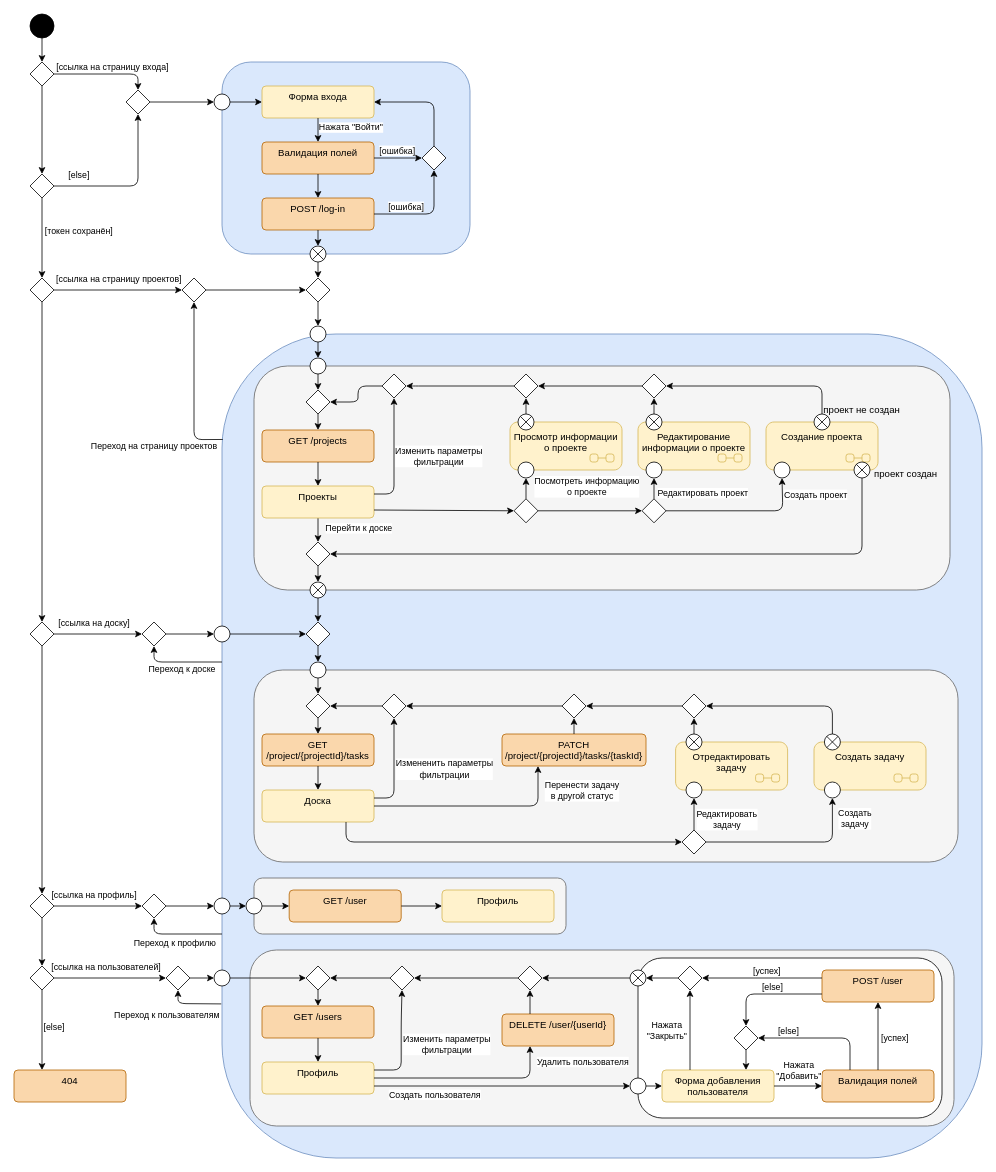
The draw.io diagram docs/ui/automata/raw/main.drawio in aVorotnikov/thunder_board, before the edit. Source tidied: cells renumbered, new cells numbered last; positions are measured from the earlier drawing's top-left corner, leaving out a move shared by most shapes. Both pictures are drawn from the tidied source at 80%, with x=0, y=0 at pixel (14, 14).
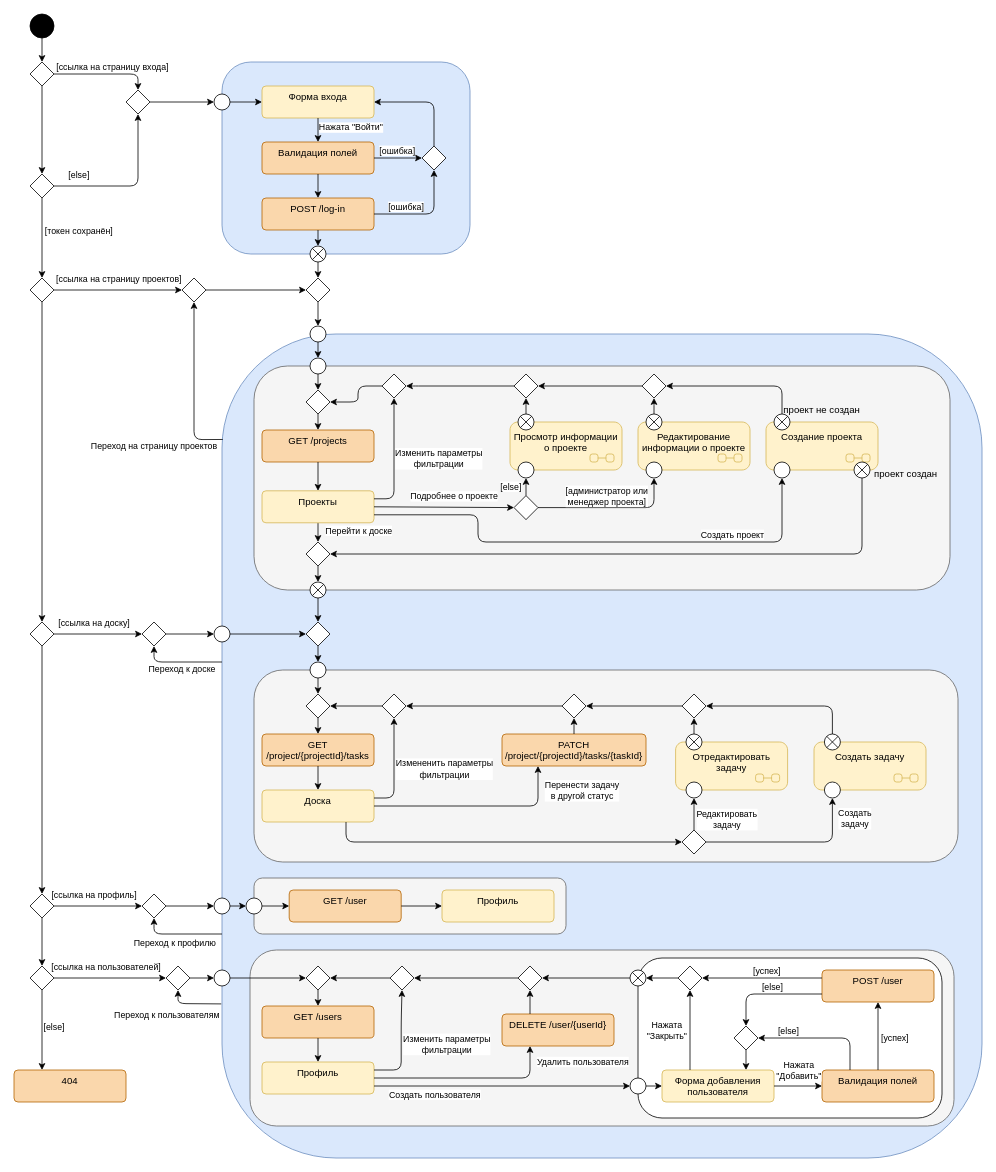
After the change.

Commit message (it also covers changes not shown here):
Уточнено ветвление

The change refers to these unchanged cells:
```xml
<mxCell id="74" style="endArrow=classic;html=1;rounded=1;exitX=0.5;exitY=0;exitDx=0;exitDy=0;entryX=0.5;entryY=1;entryDx=0;entryDy=0;curved=0;" parent="1" edge="1" source="68" target="76">
  <mxGeometry relative="1" as="geometry" />
</mxCell>
<mxCell id="79" style="ellipse;" parent="1" vertex="1">
  <mxGeometry x="790" y="560" width="20" height="20" as="geometry" />
</mxCell>
<mxCell id="80" style="ellipse;" parent="1" vertex="1">
  <mxGeometry x="950" y="560" width="20" height="20" as="geometry" />
</mxCell>
<mxCell id="90" style="rhombus;" parent="1" vertex="1">
  <mxGeometry x="785" y="450" width="30" height="30" as="geometry" />
</mxCell>
<mxCell id="206" style="rhombus;" parent="1" vertex="1">
  <mxGeometry x="460" y="450" width="30" height="30" as="geometry" />
</mxCell>
```

The edit, as a diff of the source:
```diff
@@
     <mxCell id="52" value="Проекты" style="html=1;align=center;verticalAlign=top;rounded=1;absoluteArcSize=1;arcSize=10;dashed=0;whiteSpace=wrap;fillColor=#fff2cc;strokeColor=#d6b656;" parent="1" vertex="1">
-      <mxGeometry x="310" y="590" width="140" height="40" as="geometry" />
+      <mxGeometry x="310" y="596" width="140" height="40" as="geometry" />
     </mxCell>
@@
     <mxCell id="54" style="endArrow=classic;html=1;rounded=1;exitX=1;exitY=0.25;exitDx=0;exitDy=0;entryX=0.5;entryY=1;entryDx=0;entryDy=0;curved=0;" parent="1" edge="1" source="52" target="206">
       <mxGeometry relative="1" as="geometry">
         <Array as="points">
-          <mxPoint x="475" y="600" />
+          <mxPoint x="475" y="606" />
         </Array>
       </mxGeometry>
     </mxCell>
@@
     <mxCell id="68" style="rhombus;" parent="1" vertex="1">
-      <mxGeometry x="625" y="606" width="30" height="30" as="geometry" />
+      <mxGeometry x="625" y="602" width="30" height="30" as="geometry" />
     </mxCell>
-    <mxCell id="69" style="endArrow=classic;html=1;rounded=1;entryX=0;entryY=0.5;entryDx=0;entryDy=0;curved=0;exitX=1;exitY=0.75;exitDx=0;exitDy=0;" parent="1" edge="1" source="52" target="68">
+    <mxCell id="69" style="endArrow=classic;html=1;rounded=1;entryX=0;entryY=0.5;entryDx=0;entryDy=0;curved=0;exitX=1;exitY=0.5;exitDx=0;exitDy=0;" parent="1" edge="1" source="52" target="68">
       <mxGeometry relative="1" as="geometry" />
     </mxCell>
-    <mxCell id="70" style="rhombus;" parent="1" vertex="1">
-      <mxGeometry x="785" y="606" width="30" height="30" as="geometry" />
-    </mxCell>
+    <mxCell id="210" value="Подробнее о проекте" style="edgeLabel;html=1;align=center;verticalAlign=middle;" parent="69" vertex="1">
+      <mxGeometry x="-0.52" y="-1" relative="1" as="geometry">
+        <mxPoint x="58" y="-15" as="offset" />
+      </mxGeometry>
+    </mxCell>
-    <mxCell id="71" style="endArrow=classic;html=1;rounded=1;exitX=1;exitY=0.5;exitDx=0;exitDy=0;entryX=0;entryY=0.5;entryDx=0;entryDy=0;curved=0;" parent="1" edge="1" source="68" target="70">
-      <mxGeometry relative="1" as="geometry" />
+    <mxCell id="71" style="endArrow=classic;html=1;rounded=1;exitX=1;exitY=0.5;exitDx=0;exitDy=0;entryX=0.5;entryY=1;entryDx=0;entryDy=0;curved=0;" parent="1" edge="1" source="68" target="79">
+      <mxGeometry relative="1" as="geometry">
+        <Array as="points">
+          <mxPoint x="800" y="617" />
+        </Array>
+      </mxGeometry>
     </mxCell>
+    <mxCell id="211" value="[администратор или&lt;div&gt;менеджер проекта]&lt;/div&gt;" style="edgeLabel;html=1;align=center;verticalAlign=middle;" parent="71" vertex="1">
+      <mxGeometry x="-0.22" y="-1" relative="1" as="geometry">
+        <mxPoint x="14" y="-16" as="offset" />
+      </mxGeometry>
+    </mxCell>
-    <mxCell id="72" style="endArrow=classic;html=1;rounded=1;exitX=1;exitY=0.5;exitDx=0;exitDy=0;curved=0;entryX=0.5;entryY=1;entryDx=0;entryDy=0;" parent="1" edge="1" source="70" target="80">
+    <mxCell id="72" style="endArrow=classic;html=1;rounded=1;exitX=1;exitY=0.75;exitDx=0;exitDy=0;curved=0;entryX=0.5;entryY=1;entryDx=0;entryDy=0;" parent="1" edge="1" source="52" target="80">
       <mxGeometry relative="1" as="geometry">
         <Array as="points">
-          <mxPoint x="961" y="621" />
+          <mxPoint x="580" y="626" />
+          <mxPoint x="580" y="660" />
+          <mxPoint x="960" y="660" />
         </Array>
       </mxGeometry>
     </mxCell>
     <mxCell id="73" value="Создать проект" style="edgeLabel;html=1;align=center;verticalAlign=middle;" parent="72" vertex="1">
       <mxGeometry x="0.7" y="2" relative="1" as="geometry">
-        <mxPoint x="43" y="-8" as="offset" />
+        <mxPoint x="-49" y="-8" as="offset" />
       </mxGeometry>
     </mxCell>
@@
-    <mxCell id="75" value="Посмотреть информацию&lt;div&gt;о проекте&lt;/div&gt;" style="edgeLabel;html=1;align=center;verticalAlign=middle;" parent="74" vertex="1">
-      <mxGeometry x="0.11" relative="1" as="geometry">
-        <mxPoint x="75" y="-2" as="offset" />
-      </mxGeometry>
-    </mxCell>
+    <mxCell id="212" value="[else]" style="edgeLabel;html=1;align=center;verticalAlign=middle;" parent="74" vertex="1">
+      <mxGeometry x="0.18" y="-1" relative="1" as="geometry">
+        <mxPoint x="-21" y="1" as="offset" />
+      </mxGeometry>
+    </mxCell>
@@
-    <mxCell id="77" style="endArrow=classic;html=1;rounded=1;exitX=0.5;exitY=0;exitDx=0;exitDy=0;entryX=0.5;entryY=1;entryDx=0;entryDy=0;curved=0;" parent="1" edge="1" source="70" target="79">
-      <mxGeometry relative="1" as="geometry" />
-    </mxCell>
-    <mxCell id="78" value="Редактировать проект" style="edgeLabel;html=1;align=center;verticalAlign=middle;" parent="77" vertex="1">
-      <mxGeometry x="-0.37" relative="1" as="geometry">
-        <mxPoint x="60" as="offset" />
-      </mxGeometry>
-    </mxCell>
@@
     <mxCell id="87" style="shape=sumEllipse;perimeter=ellipsePerimeter;html=1;backgroundOutline=1;" parent="1" vertex="1">
-      <mxGeometry x="1000" y="500" width="20" height="20" as="geometry" />
+      <mxGeometry x="950" y="500" width="20" height="20" as="geometry" />
     </mxCell>
@@
     <mxCell id="92" style="endArrow=classic;html=1;rounded=1;exitX=0.5;exitY=0;exitDx=0;exitDy=0;entryX=1;entryY=0.5;entryDx=0;entryDy=0;curved=0;" parent="1" edge="1" source="87" target="90">
       <mxGeometry relative="1" as="geometry">
         <Array as="points">
-          <mxPoint x="1010" y="465" />
+          <mxPoint x="960" y="465" />
         </Array>
       </mxGeometry>
     </mxCell>
     <mxCell id="93" value="проект не создан" style="text;html=1;align=center;verticalAlign=middle;whiteSpace=wrap;rounded=0;" parent="1" vertex="1">
-      <mxGeometry x="1010" y="480" width="100" height="30" as="geometry" />
+      <mxGeometry x="960" y="480" width="100" height="30" as="geometry" />
     </mxCell>
```
